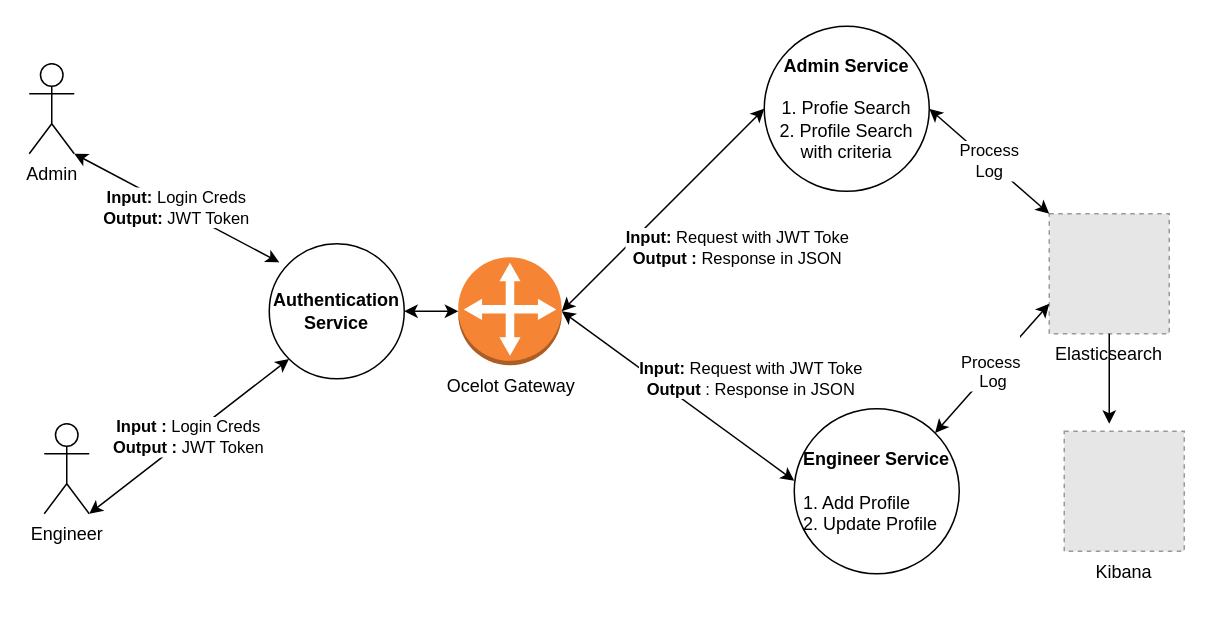
Before: PROJECT FILES/PROJECT DOCUMENT/ON PREMISE/OnPremise_Draw_IO.drawio in monojitlaha/skill-tracker-service, a draw.io diagram. Source tidied: cells renumbered, new cells numbered last; positions are measured from the earlier drawing's top-left corner, leaving out a move shared by most shapes. Both pictures are drawn from the tidied source at 150%, with x=0, y=0 at pixel (28, 26). Pictures stored in the file or linked from it are replaced by grey dashed boxes.
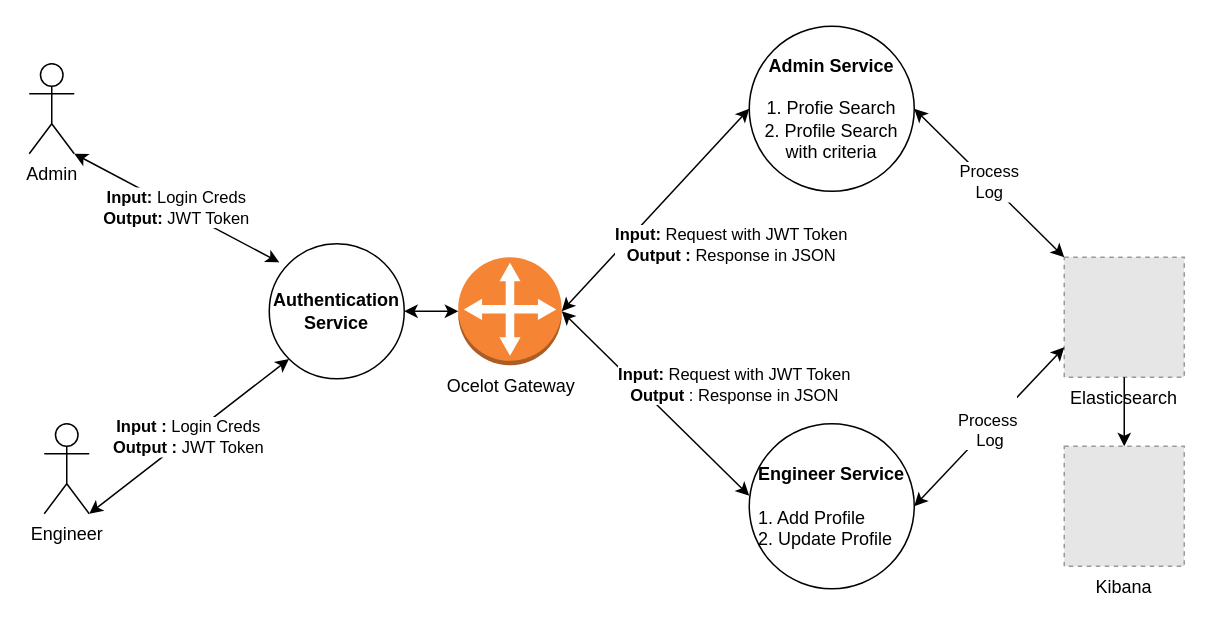
The same page after the edit.

The change refers to these unchanged cells:
```xml
<mxCell id="10" value="Ocelot Gateway&lt;br&gt;" style="outlineConnect=0;dashed=0;verticalLabelPosition=bottom;verticalAlign=top;align=center;html=1;shape=mxgraph.aws3.customer_gateway;fillColor=#F58534;gradientColor=none;" parent="1" vertex="1">
  <mxGeometry x="286" y="154" width="69" height="72" as="geometry" />
</mxCell>
<mxCell id="12" style="endArrow=classic;startArrow=classic;html=1;rounded=0;entryX=0;entryY=0.436;entryDx=0;entryDy=0;entryPerimeter=0;exitX=1;exitY=0.5;exitDx=0;exitDy=0;exitPerimeter=0;" parent="1" edge="1" source="10" target="9">
  <mxGeometry relative="1" as="geometry" />
</mxCell>
```

What changed in the source:
```diff
@@
     <mxCell id="8" value="&lt;b&gt;Admin Service&lt;/b&gt;&lt;br&gt;&lt;br&gt;&lt;div style=&quot;&quot;&gt;&lt;span style=&quot;background-color: initial;&quot;&gt;1. Profie Search&lt;/span&gt;&lt;/div&gt;&lt;div style=&quot;&quot;&gt;&lt;span style=&quot;background-color: initial;&quot;&gt;2. Profile Search with criteria&lt;/span&gt;&lt;/div&gt;" style="ellipse;whiteSpace=wrap;html=1;align=center;" parent="1" vertex="1">
-      <mxGeometry x="490" width="110" height="110" as="geometry" />
+      <mxGeometry x="480" width="110" height="110" as="geometry" />
     </mxCell>
     <mxCell id="9" value="&lt;b&gt;Engineer Service&lt;/b&gt;&lt;br&gt;&lt;br&gt;&lt;div style=&quot;text-align: left;&quot;&gt;&lt;span style=&quot;background-color: initial;&quot;&gt;1. Add Profile&lt;/span&gt;&lt;/div&gt;&lt;div style=&quot;text-align: left;&quot;&gt;&lt;span style=&quot;background-color: initial;&quot;&gt;2. Update Profile&lt;/span&gt;&lt;/div&gt;" style="ellipse;whiteSpace=wrap;html=1;align=center;" parent="1" vertex="1">
-      <mxGeometry x="510" y="255" width="110" height="110" as="geometry" />
+      <mxGeometry x="480" y="265" width="110" height="110" as="geometry" />
     </mxCell>
@@
-    <mxCell id="11" value="&lt;b&gt;Input:&lt;/b&gt; Request with JWT Toke&lt;br&gt;&lt;b&gt;Output :&lt;/b&gt; Response in JSON" style="endArrow=classic;startArrow=classic;html=1;rounded=0;entryX=0;entryY=0.5;entryDx=0;entryDy=0;exitX=1;exitY=0.5;exitDx=0;exitDy=0;exitPerimeter=0;" parent="1" edge="1" source="10" target="8">
+    <mxCell id="11" value="&lt;b&gt;Input:&lt;/b&gt; Request with JWT Token&lt;br&gt;&lt;b&gt;Output :&lt;/b&gt; Response in JSON" style="endArrow=classic;startArrow=classic;html=1;rounded=0;entryX=0;entryY=0.5;entryDx=0;entryDy=0;exitX=1;exitY=0.5;exitDx=0;exitDy=0;exitPerimeter=0;" parent="1" edge="1" source="10" target="8">
       <mxGeometry x="0.17" y="-54" relative="1" as="geometry">
         <mxPoint y="-1" as="offset" />
       </mxGeometry>
     </mxCell>
@@
-    <mxCell id="13" value="&lt;b&gt;Input:&lt;/b&gt; Request with JWT Toke&lt;br&gt;&lt;b&gt;Output&lt;/b&gt; : Response in JSON" style="edgeLabel;html=1;align=center;verticalAlign=middle;" parent="12" vertex="1">
+    <mxCell id="13" value="&lt;b&gt;Input:&lt;/b&gt; Request with JWT Token&lt;br&gt;&lt;b&gt;Output&lt;/b&gt; : Response in JSON" style="edgeLabel;html=1;align=center;verticalAlign=middle;" parent="12" vertex="1">
       <mxGeometry x="-0.26" relative="1" as="geometry">
         <mxPoint x="68" y="3" as="offset" />
       </mxGeometry>
     </mxCell>
     <mxCell id="14" value="Kibana" style="fillColor=#E6E6E6;strokeColor=#999999;dashed=1;verticalLabelPosition=bottom;labelBackgroundColor=default;verticalAlign=top;" parent="1" vertex="1">
-      <mxGeometry x="690" y="270" width="80" height="80" as="geometry" />
+      <mxGeometry x="690" y="280" width="80" height="80" as="geometry" />
     </mxCell>
     <mxCell id="15" value="Elasticsearch" style="fillColor=#E6E6E6;strokeColor=#999999;dashed=1;verticalLabelPosition=bottom;labelBackgroundColor=default;verticalAlign=top;" parent="1" vertex="1">
-      <mxGeometry x="680" y="125" width="80" height="80" as="geometry" />
+      <mxGeometry x="690" y="154" width="80" height="80" as="geometry" />
     </mxCell>
@@
-    <mxCell id="17" value="&lt;br&gt;&lt;span style=&quot;color: rgb(0, 0, 0); font-family: Helvetica; font-size: 11px; font-style: normal; font-variant-ligatures: normal; font-variant-caps: normal; font-weight: 400; letter-spacing: normal; orphans: 2; text-align: center; text-indent: 0px; text-transform: none; widows: 2; word-spacing: 0px; -webkit-text-stroke-width: 0px; background-color: rgb(255, 255, 255); text-decoration-thickness: initial; text-decoration-style: initial; text-decoration-color: initial; float: none; display: inline !important;&quot;&gt;Process&lt;br&gt;&amp;nbsp;Log&lt;/span&gt;&lt;br&gt;" style="endArrow=classic;startArrow=classic;html=1;rounded=0;entryX=0;entryY=0.75;entryDx=0;entryDy=0;exitX=1;exitY=0;exitDx=0;exitDy=0;" parent="1" edge="1" source="9" target="15">
+    <mxCell id="17" value="&lt;br&gt;&lt;span style=&quot;color: rgb(0, 0, 0); font-family: Helvetica; font-size: 11px; font-style: normal; font-variant-ligatures: normal; font-variant-caps: normal; font-weight: 400; letter-spacing: normal; orphans: 2; text-align: center; text-indent: 0px; text-transform: none; widows: 2; word-spacing: 0px; -webkit-text-stroke-width: 0px; background-color: rgb(255, 255, 255); text-decoration-thickness: initial; text-decoration-style: initial; text-decoration-color: initial; float: none; display: inline !important;&quot;&gt;Process&lt;br&gt;&amp;nbsp;Log&lt;/span&gt;&lt;br&gt;" style="endArrow=classic;startArrow=classic;html=1;rounded=0;entryX=0;entryY=0.75;entryDx=0;entryDy=0;exitX=1;exitY=0.5;exitDx=0;exitDy=0;" parent="1" edge="1" source="9" target="15">
       <mxGeometry x="0.02" y="3" relative="1" as="geometry">
         <mxPoint y="-1" as="offset" />
       </mxGeometry>
     </mxCell>
-    <mxCell id="18" style="endArrow=classic;html=1;rounded=0;" parent="1" edge="1" source="15">
-      <mxGeometry relative="1" as="geometry">
-        <mxPoint x="720" y="265" as="targetPoint" />
-      </mxGeometry>
+    <mxCell id="18" style="endArrow=classic;html=1;rounded=0;entryX=0.5;entryY=0;entryDx=0;entryDy=0;" parent="1" edge="1" source="15" target="14">
+      <mxGeometry relative="1" as="geometry" />
     </mxCell>
```
